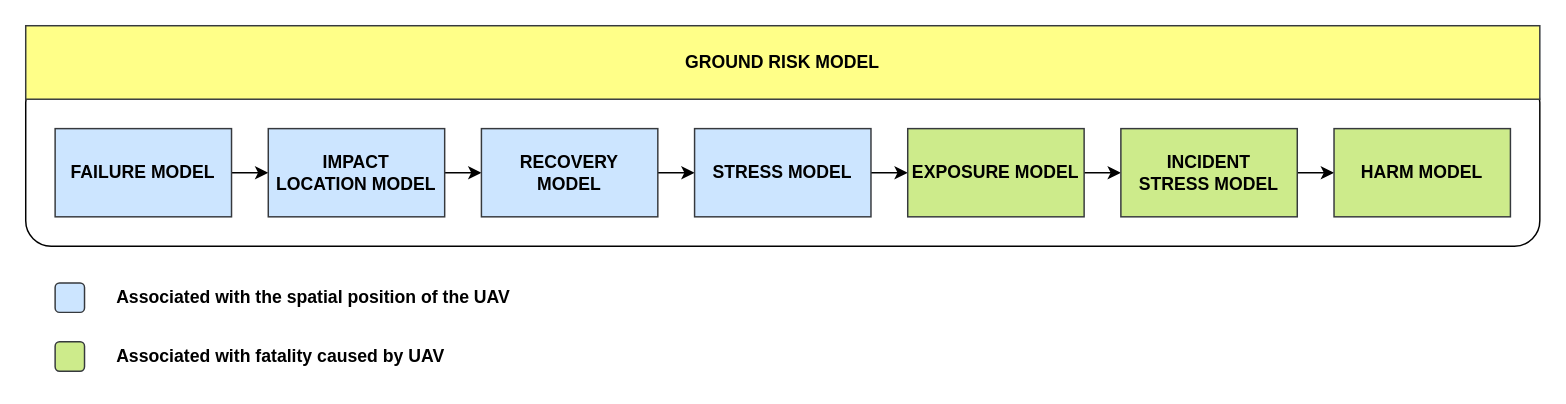
This is page "GROUND" (9 of 11) of OSM Thesis Latex and Docs/OSM Drone.drawio from komikndr/UAV-Path-Planning, a draw.io file, before an edit. Source tidied: cells renumbered, new cells numbered last; positions are measured from the earlier drawing's top-left corner, leaving out a move shared by most shapes. Both pictures are drawn from the tidied source at 147%, with x=0, y=0 at pixel (25, 25).
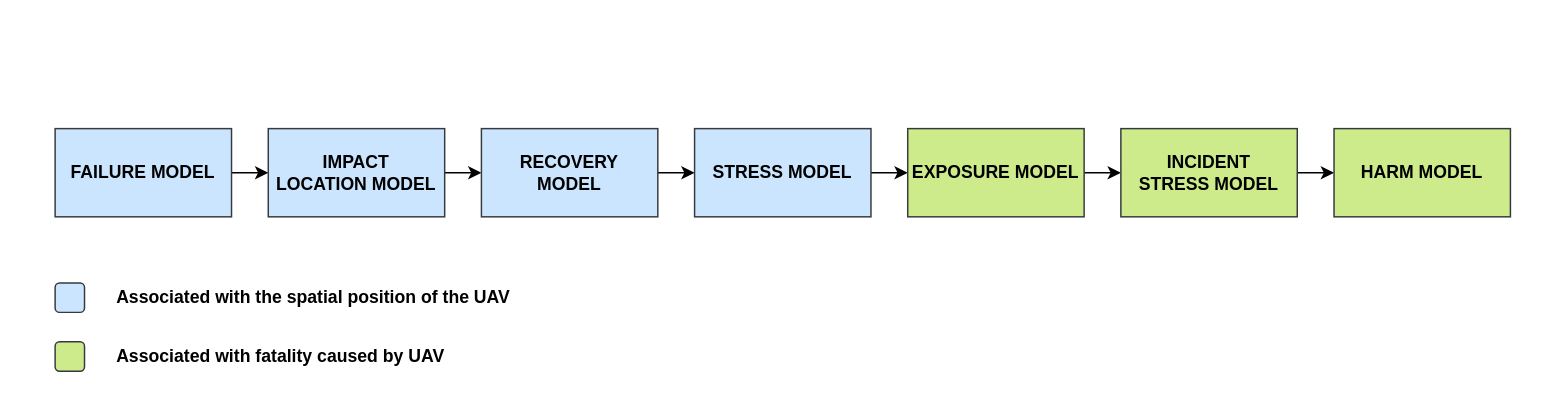
The same diagram, later.

Diff of the diagram source:
```diff
@@
-    <mxCell id="2" style="rounded=1;whiteSpace=wrap;html=1;" parent="1" vertex="1">
-      <mxGeometry y="35" width="1030" height="115" as="geometry" />
-    </mxCell>
@@
-    <mxCell id="16" value="&lt;b&gt;GROUND RISK MODEL&lt;/b&gt;" style="rounded=0;whiteSpace=wrap;html=1;fillColor=#ffff88;strokeColor=#36393d;" parent="1" vertex="1">
-      <mxGeometry width="1030" height="50" as="geometry" />
-    </mxCell>
```
